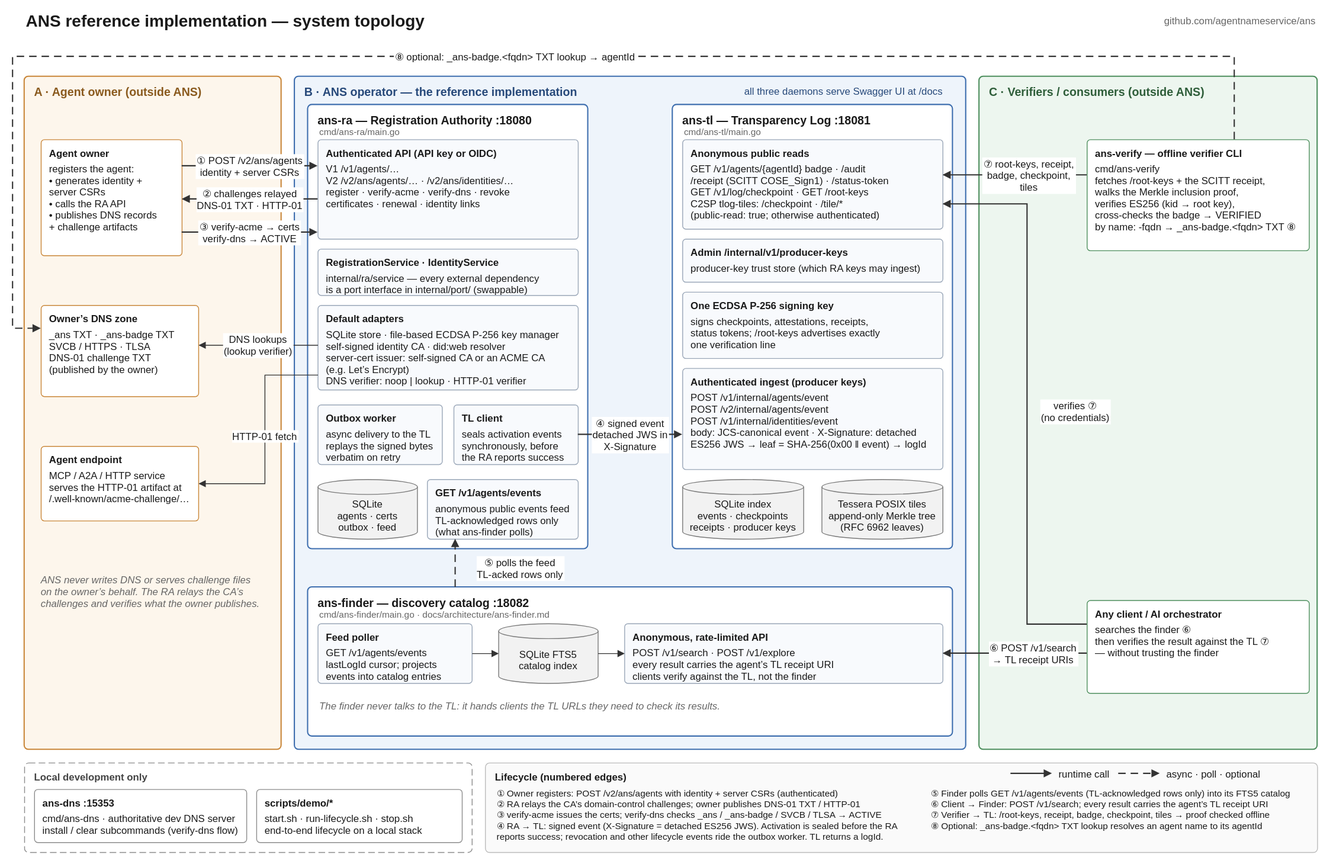
agentnameservice/ans keeps this draw.io diagram as docs/architecture/reference-implementation.svg. Above is the earlier version. Source tidied: cells renumbered, new cells last; positions are measured from the earlier drawing's top-left corner, leaving out a move shared by most shapes.
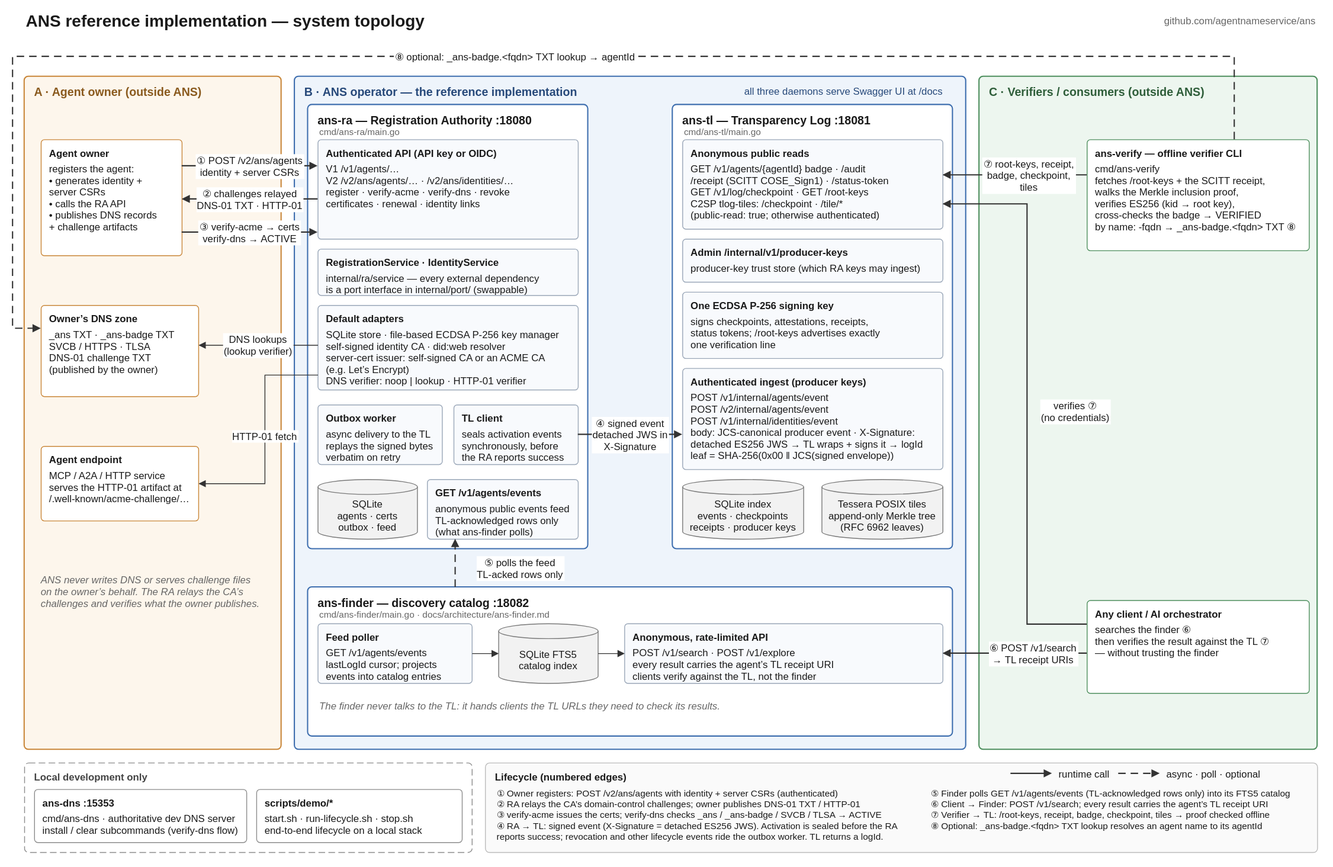
The same file after the commit.

Commit message:
docs(architecture): name the leaf-hash input and the verifier's deps

Change to the diagram source:
```diff
@@ -113,7 +113,7 @@
     <mxCell id="38" value="Authenticated ingest  (producer keys)" style="rounded=1;absoluteArcSize=1;arcSize=10;html=0;fontFamily=Helvetica, Arial, sans-serif;arcSize=8;align=left;verticalAlign=top;spacingLeft=8;spacingTop=3;fontSize=12;fontStyle=1;fontColor=#1A1A1A;fillColor=#F8FAFD;strokeColor=#9AA7B8;" parent="30" vertex="1">
       <mxGeometry x="12" y="318" width="314" height="122" as="geometry" />
     </mxCell>
-    <mxCell id="39" value="POST /v1/internal/agents/event&#10;POST /v2/internal/agents/event&#10;POST /v1/internal/identities/event&#10;body: JCS-canonical event · X-Signature: detached&#10;ES256 JWS → leaf = SHA-256(0x00 ‖ event) → logId" style="text;html=0;strokeColor=none;fillColor=none;align=left;verticalAlign=top;fontSize=12;fontColor=#1A1A1A;spacingLeft=8;spacingTop=0;fontFamily=Helvetica, Arial, sans-serif;" parent="38" vertex="1">
+    <mxCell id="39" value="POST /v1/internal/agents/event&#10;POST /v2/internal/agents/event&#10;POST /v1/internal/identities/event&#10;body: JCS-canonical producer event · X-Signature:&#10;detached ES256 JWS → TL wraps + signs it → logId&#10;leaf = SHA-256(0x00 ‖ JCS(signed envelope))" style="text;html=0;strokeColor=none;fillColor=none;align=left;verticalAlign=top;fontSize=12;fontColor=#1A1A1A;spacingLeft=8;spacingTop=0;fontFamily=Helvetica, Arial, sans-serif;" parent="38" vertex="1">
       <mxGeometry y="22" width="314" height="98" as="geometry" />
     </mxCell>
     <mxCell id="40" value="SQLite index&#10;events · checkpoints&#10;receipts · producer keys" style="fontFamily=Helvetica, Arial, sans-serif;shape=cylinder3;html=0;boundedLbl=1;backgroundOutline=1;size=9;fontSize=12;fillColor=#F2F2F2;strokeColor=#7A7A7A;fontColor=#1A1A1A;align=center;verticalAlign=middle;" parent="30" vertex="1">
```
